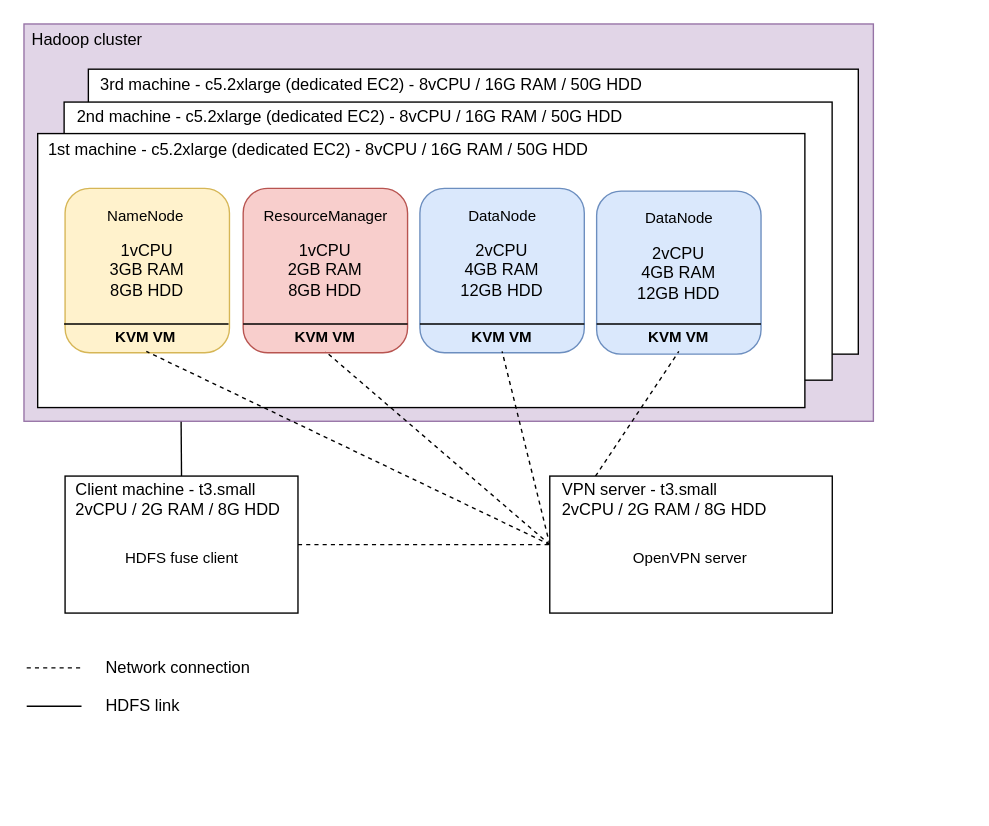
The draw.io diagram schema.drawio in flavienbwk/aws-terraform-ansible-kvm-hadoop, before the edit. Source tidied: cells renumbered, new cells numbered last; positions are measured from the earlier drawing's top-left corner, leaving out a move shared by most shapes. Both pictures are drawn from the tidied source at 137%, with x=0, y=0 at pixel (23, 23).
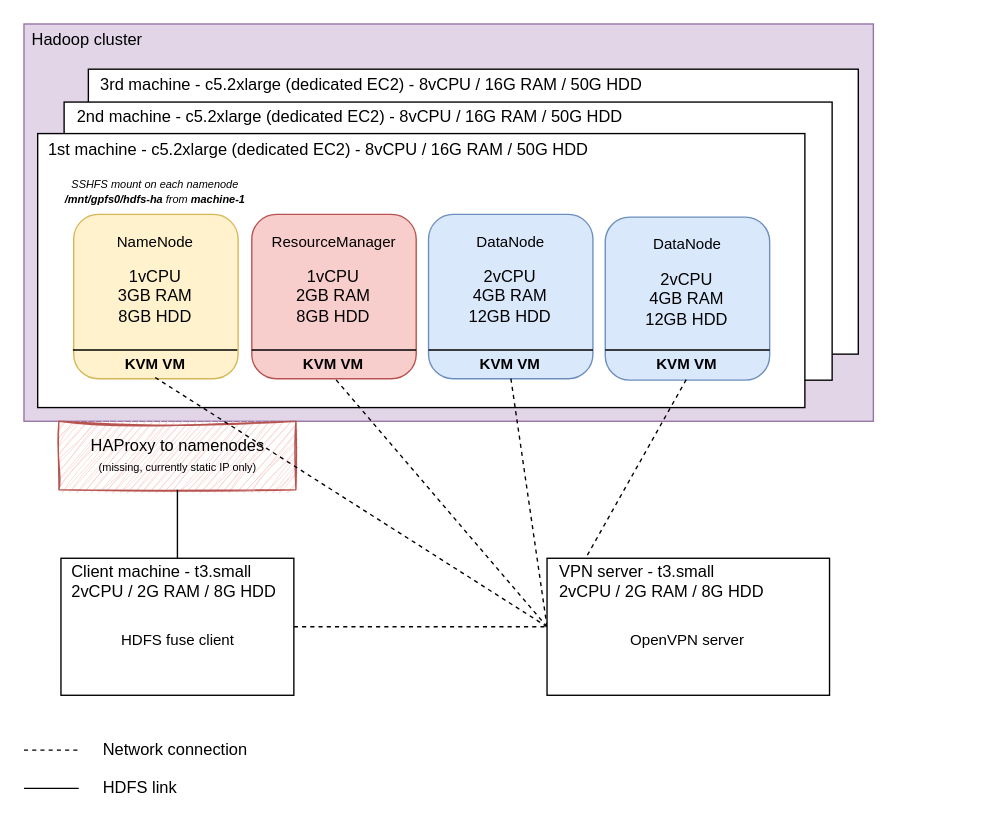
The same page after the edit.

Commit message (it also covers changes not shown here):
Updated architecture schemas and documentation

Unchanged cells that the change refers to:
```xml
<mxCell id="2" style="rounded=0;whiteSpace=wrap;html=1;align=left;fillColor=#e1d5e7;strokeColor=#9673a6;" parent="1" vertex="1">
  <mxGeometry width="620" height="290" as="geometry" />
</mxCell>
<mxCell id="27" style="rounded=0;whiteSpace=wrap;html=1;align=left;" parent="26" vertex="1">
  <mxGeometry width="170" height="100" as="geometry" />
</mxCell>
<mxCell id="35" style="rounded=0;whiteSpace=wrap;html=1;" parent="34" vertex="1">
  <mxGeometry width="206.2" height="100" as="geometry" />
</mxCell>
```

The edit, as a diff of the source:
```diff
@@
     <mxCell id="9" value="1vCPU&lt;br&gt;3GB RAM&lt;br&gt;8GB HDD" style="rounded=1;whiteSpace=wrap;html=1;align=center;fillColor=#fff2cc;strokeColor=#d6b656;" parent="1" vertex="1">
-      <mxGeometry x="30" y="120" width="120" height="120" as="geometry" />
+      <mxGeometry x="36.3" y="139" width="120" height="120" as="geometry" />
     </mxCell>
     <mxCell id="10" value="&lt;span style=&quot;white-space: normal&quot;&gt;1vCPU&lt;/span&gt;&lt;br style=&quot;white-space: normal&quot;&gt;&lt;span style=&quot;white-space: normal&quot;&gt;2GB RAM&lt;/span&gt;&lt;br style=&quot;white-space: normal&quot;&gt;&lt;span style=&quot;white-space: normal&quot;&gt;8GB HDD&lt;/span&gt;" style="rounded=1;whiteSpace=wrap;html=1;align=center;fillColor=#f8cecc;strokeColor=#b85450;" parent="1" vertex="1">
-      <mxGeometry x="160" y="120" width="120" height="120" as="geometry" />
+      <mxGeometry x="166.3" y="139" width="120" height="120" as="geometry" />
     </mxCell>
     <mxCell id="11" value="&lt;span style=&quot;white-space: normal&quot;&gt;2vCPU&lt;/span&gt;&lt;br style=&quot;white-space: normal&quot;&gt;&lt;span style=&quot;white-space: normal&quot;&gt;4GB RAM&lt;/span&gt;&lt;br style=&quot;white-space: normal&quot;&gt;&lt;span style=&quot;white-space: normal&quot;&gt;12GB HDD&lt;/span&gt;" style="rounded=1;whiteSpace=wrap;html=1;align=center;fillColor=#dae8fc;strokeColor=#6c8ebf;" parent="1" vertex="1">
-      <mxGeometry x="289" y="120" width="120" height="120" as="geometry" />
+      <mxGeometry x="295.3" y="139" width="120" height="120" as="geometry" />
     </mxCell>
     <mxCell id="12" value="&lt;font style=&quot;font-size: 11px&quot;&gt;NameNode&lt;/font&gt;" style="text;html=1;strokeColor=none;fillColor=none;align=center;verticalAlign=middle;whiteSpace=wrap;rounded=0;" parent="1" vertex="1">
-      <mxGeometry x="29.3" y="130" width="120" height="20" as="geometry" />
+      <mxGeometry x="35.7" y="149" width="120" height="20" as="geometry" />
     </mxCell>
     <mxCell id="13" value="&lt;font style=&quot;font-size: 11px&quot;&gt;ResourceManager&lt;/font&gt;" style="text;html=1;strokeColor=none;fillColor=none;align=center;verticalAlign=middle;whiteSpace=wrap;rounded=0;" parent="1" vertex="1">
-      <mxGeometry x="162.5" y="130" width="115" height="20" as="geometry" />
+      <mxGeometry x="168.8" y="149" width="115" height="20" as="geometry" />
     </mxCell>
     <mxCell id="14" value="&lt;font style=&quot;font-size: 11px&quot;&gt;DataNode&lt;/font&gt;" style="text;html=1;strokeColor=none;fillColor=none;align=center;verticalAlign=middle;whiteSpace=wrap;rounded=0;" parent="1" vertex="1">
-      <mxGeometry x="291.5" y="130" width="115" height="20" as="geometry" />
+      <mxGeometry x="297.8" y="149" width="115" height="20" as="geometry" />
     </mxCell>
     <mxCell id="15" value="&lt;font style=&quot;font-size: 11px&quot;&gt;&lt;b&gt;KVM VM&lt;/b&gt;&lt;/font&gt;" style="text;html=1;strokeColor=none;fillColor=none;align=center;verticalAlign=middle;whiteSpace=wrap;rounded=0;" parent="1" vertex="1">
-      <mxGeometry x="29.3" y="219" width="120" height="20" as="geometry" />
+      <mxGeometry x="35.7" y="238" width="120" height="20" as="geometry" />
     </mxCell>
@@
     <mxCell id="17" value="&lt;span style=&quot;white-space: normal&quot;&gt;2vCPU&lt;/span&gt;&lt;br style=&quot;white-space: normal&quot;&gt;&lt;span style=&quot;white-space: normal&quot;&gt;4GB RAM&lt;/span&gt;&lt;br style=&quot;white-space: normal&quot;&gt;&lt;span style=&quot;white-space: normal&quot;&gt;12GB HDD&lt;/span&gt;" style="rounded=1;whiteSpace=wrap;html=1;align=center;fillColor=#dae8fc;strokeColor=#6c8ebf;" parent="1" vertex="1">
-      <mxGeometry x="418" y="122" width="120" height="119" as="geometry" />
+      <mxGeometry x="424.3" y="141" width="120" height="119" as="geometry" />
     </mxCell>
     <mxCell id="18" value="&lt;font style=&quot;font-size: 11px&quot;&gt;DataNode&lt;/font&gt;" style="text;html=1;strokeColor=none;fillColor=none;align=center;verticalAlign=middle;whiteSpace=wrap;rounded=0;" parent="1" vertex="1">
-      <mxGeometry x="420.5" y="132" width="115" height="20" as="geometry" />
+      <mxGeometry x="426.8" y="151" width="115" height="20" as="geometry" />
     </mxCell>
     <mxCell id="19" value="&lt;font style=&quot;font-size: 11px&quot;&gt;&lt;b&gt;KVM VM&lt;/b&gt;&lt;/font&gt;" style="text;html=1;strokeColor=none;fillColor=none;align=center;verticalAlign=middle;whiteSpace=wrap;rounded=0;" parent="1" vertex="1">
-      <mxGeometry x="160" y="219" width="120" height="20" as="geometry" />
+      <mxGeometry x="166.3" y="238" width="120" height="20" as="geometry" />
     </mxCell>
@@
     <mxCell id="21" value="&lt;font style=&quot;font-size: 11px&quot;&gt;&lt;b&gt;KVM VM&lt;/b&gt;&lt;/font&gt;" style="text;html=1;strokeColor=none;fillColor=none;align=center;verticalAlign=middle;whiteSpace=wrap;rounded=0;" parent="1" vertex="1">
-      <mxGeometry x="289" y="219" width="120" height="20" as="geometry" />
+      <mxGeometry x="295.3" y="238" width="120" height="20" as="geometry" />
     </mxCell>
@@
     <mxCell id="23" value="&lt;font style=&quot;font-size: 11px&quot;&gt;&lt;b&gt;KVM VM&lt;/b&gt;&lt;/font&gt;" style="text;html=1;strokeColor=none;fillColor=none;align=center;verticalAlign=middle;whiteSpace=wrap;rounded=0;" parent="1" vertex="1">
-      <mxGeometry x="418" y="219" width="120" height="20" as="geometry" />
+      <mxGeometry x="424.3" y="238" width="120" height="20" as="geometry" />
     </mxCell>
     <mxCell id="24" style="endArrow=none;html=1;entryX=1;entryY=0;entryDx=0;entryDy=0;exitX=0;exitY=0;exitDx=0;exitDy=0;" parent="1" edge="1">
       <mxGeometry relative="1" as="geometry">
-        <mxPoint x="418" y="219" as="sourcePoint" />
-        <mxPoint x="538" y="219" as="targetPoint" />
+        <mxPoint x="424.3" y="238" as="sourcePoint" />
+        <mxPoint x="544.3" y="238" as="targetPoint" />
       </mxGeometry>
     </mxCell>
@@
     <mxCell id="26" style="group;" parent="1" vertex="1">
-      <mxGeometry x="30" y="330" width="170" height="100" as="geometry" />
+      <mxGeometry x="27" y="390" width="170" height="100" as="geometry" />
     </mxCell>
@@
-    <mxCell id="30" style="endArrow=none;dashed=1;html=1;entryX=0.5;entryY=1;entryDx=0;entryDy=0;exitX=0;exitY=0.5;exitDx=0;exitDy=0;" parent="1" edge="1" source="35" target="15">
-      <mxGeometry relative="1" as="geometry" />
-    </mxCell>
@@
     <mxCell id="34" style="group;" parent="1" vertex="1">
-      <mxGeometry x="383.8" y="330" width="206.2" height="100" as="geometry" />
+      <mxGeometry x="381.8" y="390" width="206.2" height="100" as="geometry" />
     </mxCell>
@@
     <mxCell id="38" style="endArrow=none;dashed=1;html=1;" parent="1" edge="1">
       <mxGeometry relative="1" as="geometry">
-        <mxPoint x="2" y="470" as="sourcePoint" />
-        <mxPoint x="42" y="470" as="targetPoint" />
+        <mxPoint y="530" as="sourcePoint" />
+        <mxPoint x="40" y="530" as="targetPoint" />
       </mxGeometry>
     </mxCell>
     <mxCell id="39" value="Network connection" style="text;html=1;strokeColor=none;fillColor=none;align=left;verticalAlign=middle;whiteSpace=wrap;rounded=0;" parent="1" vertex="1">
-      <mxGeometry x="58.3" y="460" width="120.7" height="20" as="geometry" />
+      <mxGeometry x="56.3" y="520" width="120.7" height="20" as="geometry" />
     </mxCell>
@@
-    <mxCell id="41" style="endArrow=none;html=1;exitX=0.5;exitY=0;exitDx=0;exitDy=0;entryX=0.185;entryY=1.001;entryDx=0;entryDy=0;entryPerimeter=0;" parent="1" edge="1" source="27" target="2">
+    <mxCell id="41" style="endArrow=none;html=1;exitX=0.5;exitY=0;exitDx=0;exitDy=0;entryX=0.181;entryY=1.001;entryDx=0;entryDy=0;entryPerimeter=0;startArrow=none;" parent="1" edge="1" source="45" target="2">
       <mxGeometry relative="1" as="geometry" />
     </mxCell>
     <mxCell id="42" style="endArrow=none;html=1;" parent="1" edge="1">
       <mxGeometry relative="1" as="geometry">
-        <mxPoint x="2" y="498" as="sourcePoint" />
-        <mxPoint x="42" y="498" as="targetPoint" />
+        <mxPoint y="558" as="sourcePoint" />
+        <mxPoint x="40" y="558" as="targetPoint" />
       </mxGeometry>
     </mxCell>
     <mxCell id="43" value="HDFS link" style="text;html=1;strokeColor=none;fillColor=none;align=left;verticalAlign=middle;whiteSpace=wrap;rounded=0;" parent="1" vertex="1">
-      <mxGeometry x="58.3" y="488" width="120.7" height="20" as="geometry" />
+      <mxGeometry x="56.3" y="548" width="120.7" height="20" as="geometry" />
     </mxCell>
+    <mxCell id="44" value="&lt;p style=&quot;line-height: 70%;&quot;&gt;&lt;i&gt;&lt;span style=&quot;font-size: 8px;&quot;&gt;SSHFS mount on each namenode&lt;br&gt;&lt;/span&gt;&lt;span style=&quot;font-size: 8px;&quot;&gt;&lt;b&gt;/mnt/gpfs0/hdfs-ha&lt;/b&gt; from &lt;b&gt;machine-1&lt;/b&gt;&lt;/span&gt;&lt;/i&gt;&lt;br&gt;&lt;/p&gt;" style="text;html=1;strokeColor=none;fillColor=none;align=center;verticalAlign=middle;whiteSpace=wrap;rounded=0;glass=0;" parent="1" vertex="1">
+      <mxGeometry x="27.3" y="107" width="138" height="30" as="geometry" />
+    </mxCell>
+    <mxCell id="45" value="HAProxy to namenodes&lt;br&gt;&lt;font style=&quot;font-size: 8px;&quot;&gt;(missing, currently static IP only)&lt;/font&gt;" style="rounded=0;whiteSpace=wrap;html=1;sketch=1;curveFitting=1;jiggle=2;fillColor=#f8cecc;strokeColor=#b85450;" parent="1" vertex="1">
+      <mxGeometry x="25.5" y="290" width="173" height="50" as="geometry" />
+    </mxCell>
+    <mxCell id="46" style="endArrow=none;html=1;exitX=0.5;exitY=0;exitDx=0;exitDy=0;entryX=0.5;entryY=1;entryDx=0;entryDy=0;" parent="1" edge="1" source="27" target="45">
+      <mxGeometry relative="1" as="geometry" />
+    </mxCell>
+    <mxCell id="30" style="endArrow=none;dashed=1;html=1;entryX=0.5;entryY=1;entryDx=0;entryDy=0;exitX=0;exitY=0.5;exitDx=0;exitDy=0;" parent="1" edge="1" source="35" target="15">
+      <mxGeometry relative="1" as="geometry" />
+    </mxCell>
```
